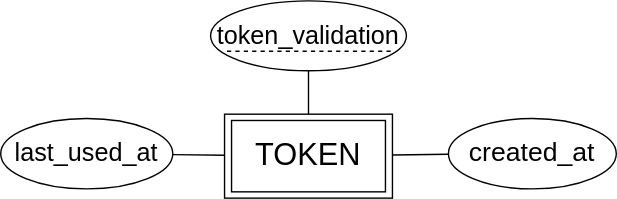
Before: img/DB-diagrams/Token.drawio.svg, a diagram exported from draw.io (isel-remote-lab/documentation). Source tidied: cells renumbered, new cells last; positions are measured from the earlier drawing's top-left corner, leaving out a move shared by most shapes. Its diagram source:
```xml
<mxGraphModel>
  <root>
    <mxCell id="0" />
    <mxCell id="1" parent="0" />
    <mxCell id="2" value="USER" style="rounded=0;whiteSpace=wrap;html=1;" parent="1" vertex="1">
      <mxGeometry x="160" y="81" width="120" height="60" as="geometry" />
    </mxCell>
    <mxCell id="3" value="TOKEN" style="rounded=0;whiteSpace=wrap;html=1;fontSize=22;" parent="1" vertex="1">
      <mxGeometry x="165" y="85.5" width="110" height="51" as="geometry" />
    </mxCell>
    <mxCell id="4" value="&lt;span&gt;token_validation&lt;/span&gt;" style="ellipse;whiteSpace=wrap;html=1;fontStyle=0;fontSize=18;" parent="1" vertex="1">
      <mxGeometry x="150" width="140" height="50" as="geometry" />
    </mxCell>
    <mxCell id="5" style="endArrow=none;dashed=1;html=1;rounded=0;" parent="1" edge="1">
      <mxGeometry relative="1" as="geometry">
        <mxPoint x="278.8" y="36" as="sourcePoint" />
        <mxPoint x="161.2" y="36" as="targetPoint" />
      </mxGeometry>
    </mxCell>
    <mxCell id="6" style="endArrow=none;html=1;rounded=0;" parent="1" edge="1" source="2" target="4">
      <mxGeometry relative="1" as="geometry" />
    </mxCell>
    <mxCell id="7" value="created_at" style="ellipse;whiteSpace=wrap;html=1;fontStyle=0;fontSize=19;" parent="1" vertex="1">
      <mxGeometry x="320" y="84.1" width="120" height="50.3" as="geometry" />
    </mxCell>
    <mxCell id="8" style="endArrow=none;html=1;rounded=0;" parent="1" edge="1" source="2" target="7">
      <mxGeometry relative="1" as="geometry" />
    </mxCell>
    <mxCell id="9" value="last_used_at" style="ellipse;whiteSpace=wrap;html=1;fontStyle=0;fontSize=18;" parent="1" vertex="1">
      <mxGeometry y="84.1" width="123" height="50.3" as="geometry" />
    </mxCell>
    <mxCell id="10" style="endArrow=none;html=1;rounded=0;" parent="1" edge="1" source="9" target="2">
      <mxGeometry relative="1" as="geometry" />
    </mxCell>
  </root>
</mxGraphModel>
```
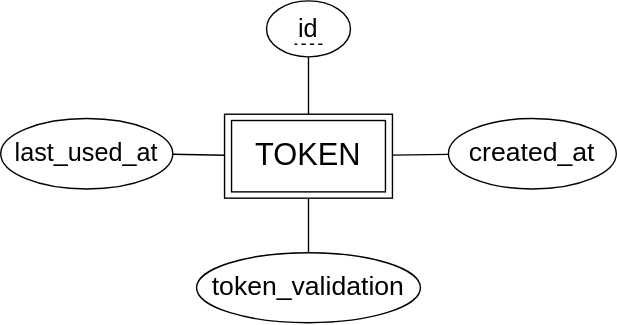
After the commit.

Change to the diagram source:
```diff
@@ -8,13 +8,13 @@
     <mxCell id="3" value="TOKEN" style="rounded=0;whiteSpace=wrap;html=1;fontSize=22;" parent="1" vertex="1">
       <mxGeometry x="165" y="85.5" width="110" height="51" as="geometry" />
     </mxCell>
-    <mxCell id="4" value="&lt;span&gt;token_validation&lt;/span&gt;" style="ellipse;whiteSpace=wrap;html=1;fontStyle=0;fontSize=18;" parent="1" vertex="1">
-      <mxGeometry x="150" width="140" height="50" as="geometry" />
+    <mxCell id="4" value="&lt;span&gt;id&lt;/span&gt;" style="ellipse;whiteSpace=wrap;html=1;fontStyle=0;fontSize=18;" parent="1" vertex="1">
+      <mxGeometry x="190" width="60" height="40" as="geometry" />
     </mxCell>
     <mxCell id="5" style="endArrow=none;dashed=1;html=1;rounded=0;" parent="1" edge="1">
       <mxGeometry relative="1" as="geometry">
-        <mxPoint x="278.8" y="36" as="sourcePoint" />
-        <mxPoint x="161.2" y="36" as="targetPoint" />
+        <mxPoint x="230" y="31" as="sourcePoint" />
+        <mxPoint x="210" y="31" as="targetPoint" />
       </mxGeometry>
     </mxCell>
     <mxCell id="6" style="endArrow=none;html=1;rounded=0;" parent="1" edge="1" source="2" target="4">
@@ -32,5 +32,11 @@
     <mxCell id="10" style="endArrow=none;html=1;rounded=0;" parent="1" edge="1" source="9" target="2">
       <mxGeometry relative="1" as="geometry" />
     </mxCell>
+    <mxCell id="11" value="token_validation" style="ellipse;whiteSpace=wrap;html=1;fontStyle=0;fontSize=19;" parent="1" vertex="1">
+      <mxGeometry x="140" y="180" width="160" height="50" as="geometry" />
+    </mxCell>
+    <mxCell id="12" style="endArrow=none;html=1;rounded=0;" parent="1" edge="1" source="11" target="2">
+      <mxGeometry relative="1" as="geometry" />
+    </mxCell>
   </root>
 </mxGraphModel>
```
